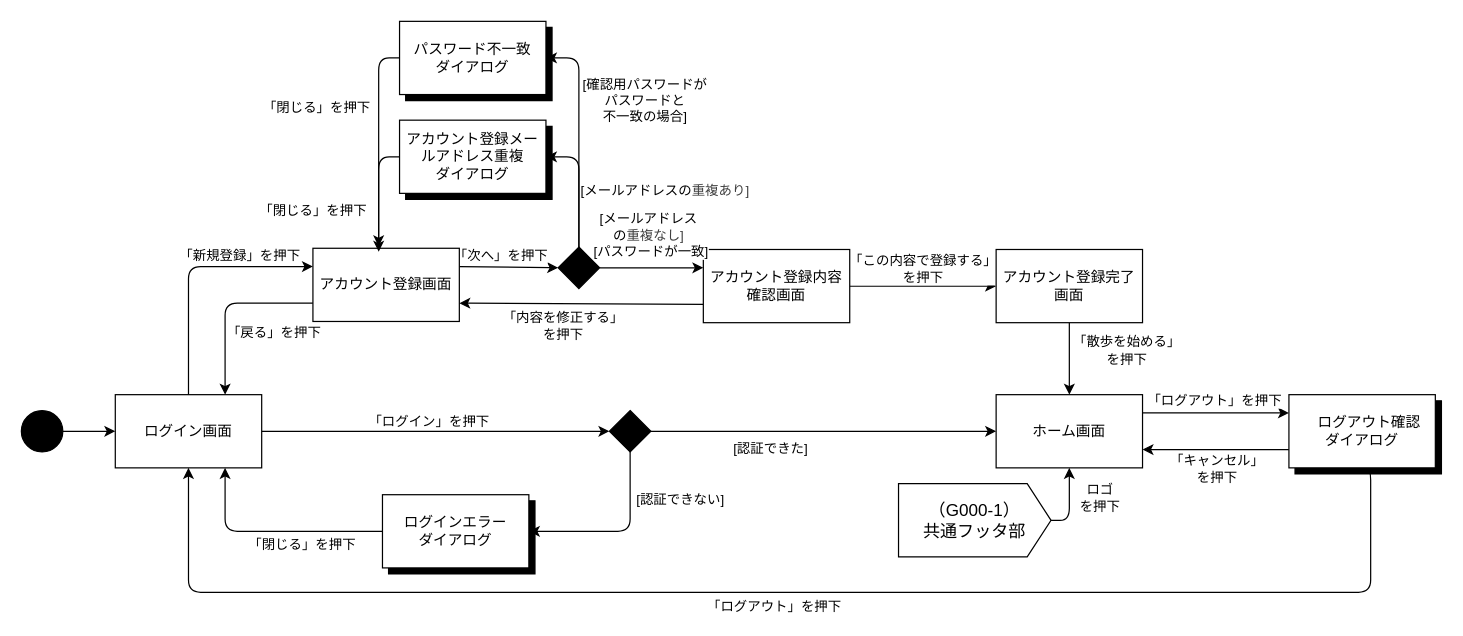
Before: page "ログイン" (1 of 11) of desing/STD.dio in miyong00/ServerProgramming-2026, a draw.io diagram. Source tidied: cells renumbered, new cells numbered last; positions are measured from the earlier drawing's top-left corner, leaving out a move shared by most shapes. Both pictures are drawn from the tidied source at 122%, with x=0, y=0 at pixel (21, 21).
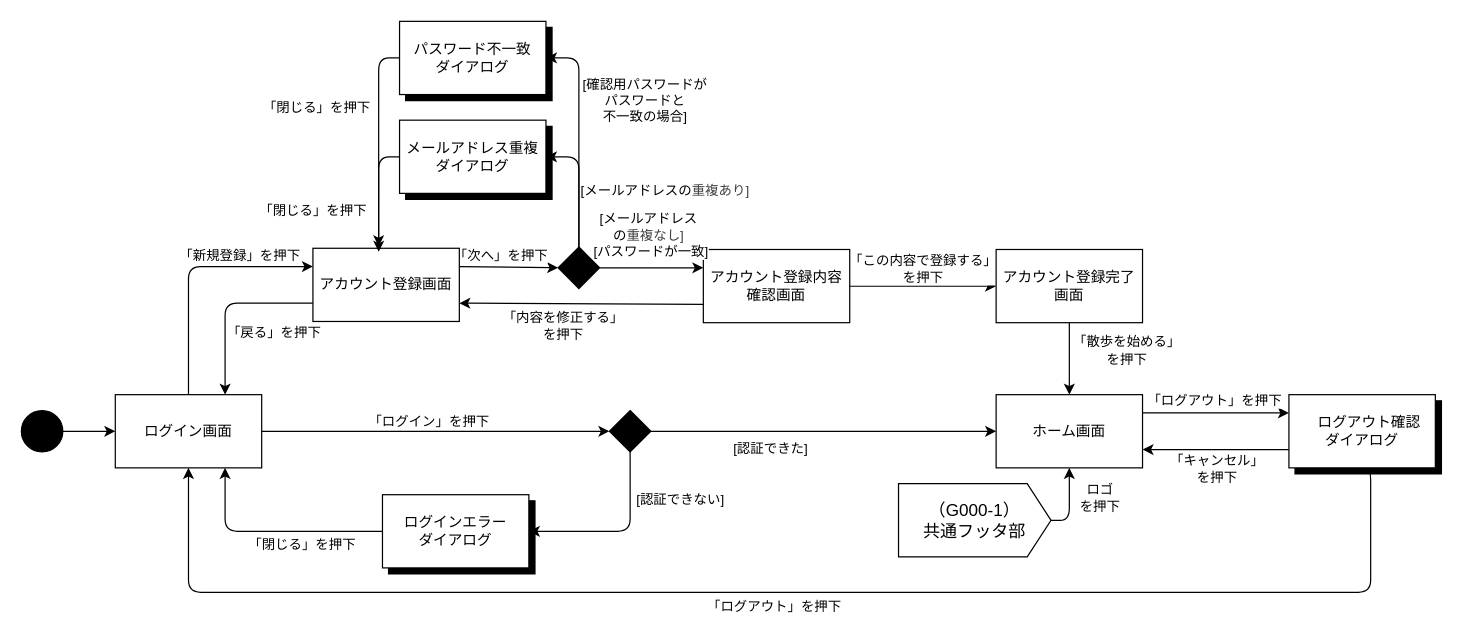
The same page after the edit.

Unchanged cells that the change refers to:
```xml
<mxCell id="42" style="group;" parent="1" vertex="1">
  <mxGeometry x="310" y="81" width="125" height="65" as="geometry" />
</mxCell>
```

Change to the diagram source:
```diff
@@
-    <mxCell id="44" value="アカウント登録メールアドレス重複&lt;div&gt;ダイアログ&lt;/div&gt;" style="rounded=0;whiteSpace=wrap;html=1;" parent="42" vertex="1">
+    <mxCell id="44" value="メールアドレス重複&lt;div&gt;ダイアログ&lt;/div&gt;" style="rounded=0;whiteSpace=wrap;html=1;" parent="42" vertex="1">
       <mxGeometry width="120" height="60" as="geometry" />
     </mxCell>
```
